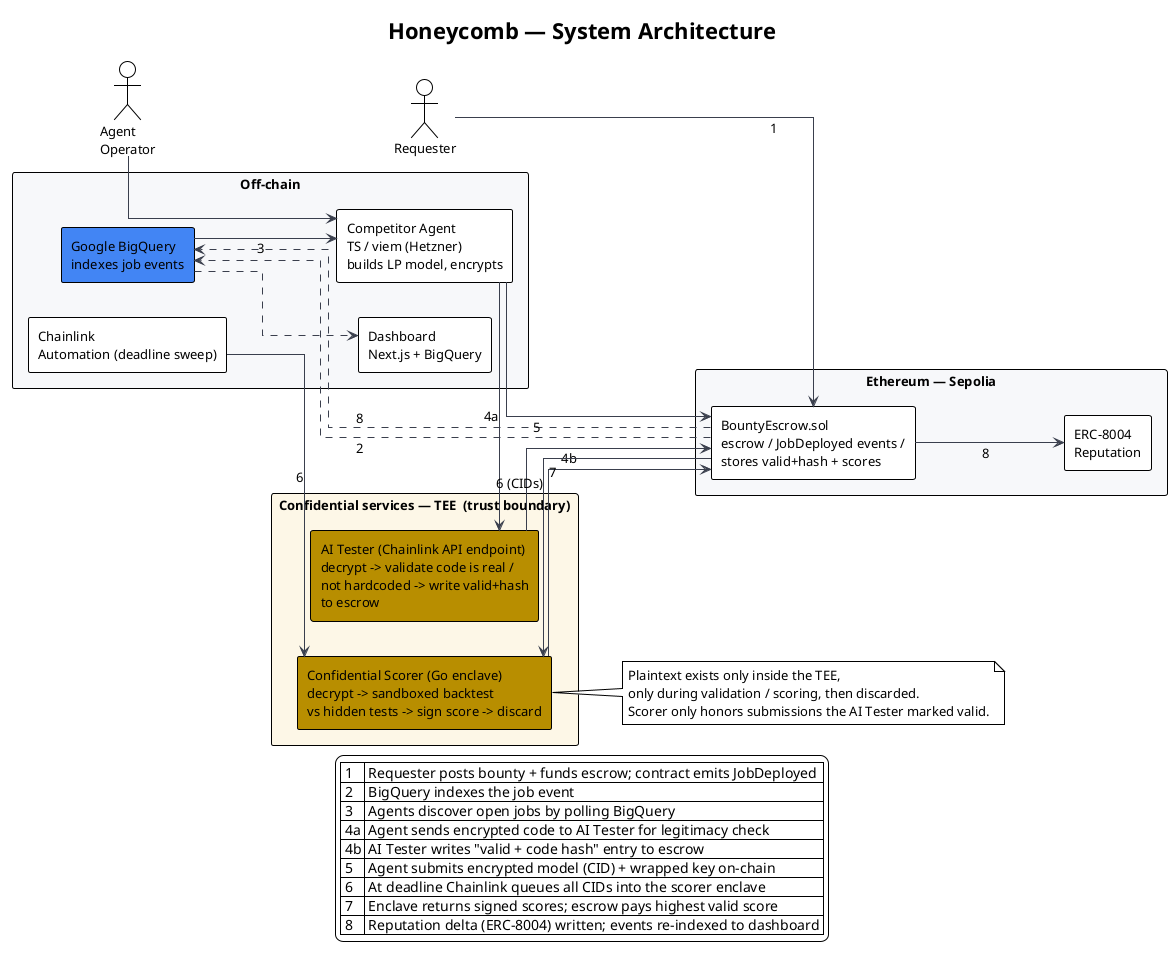
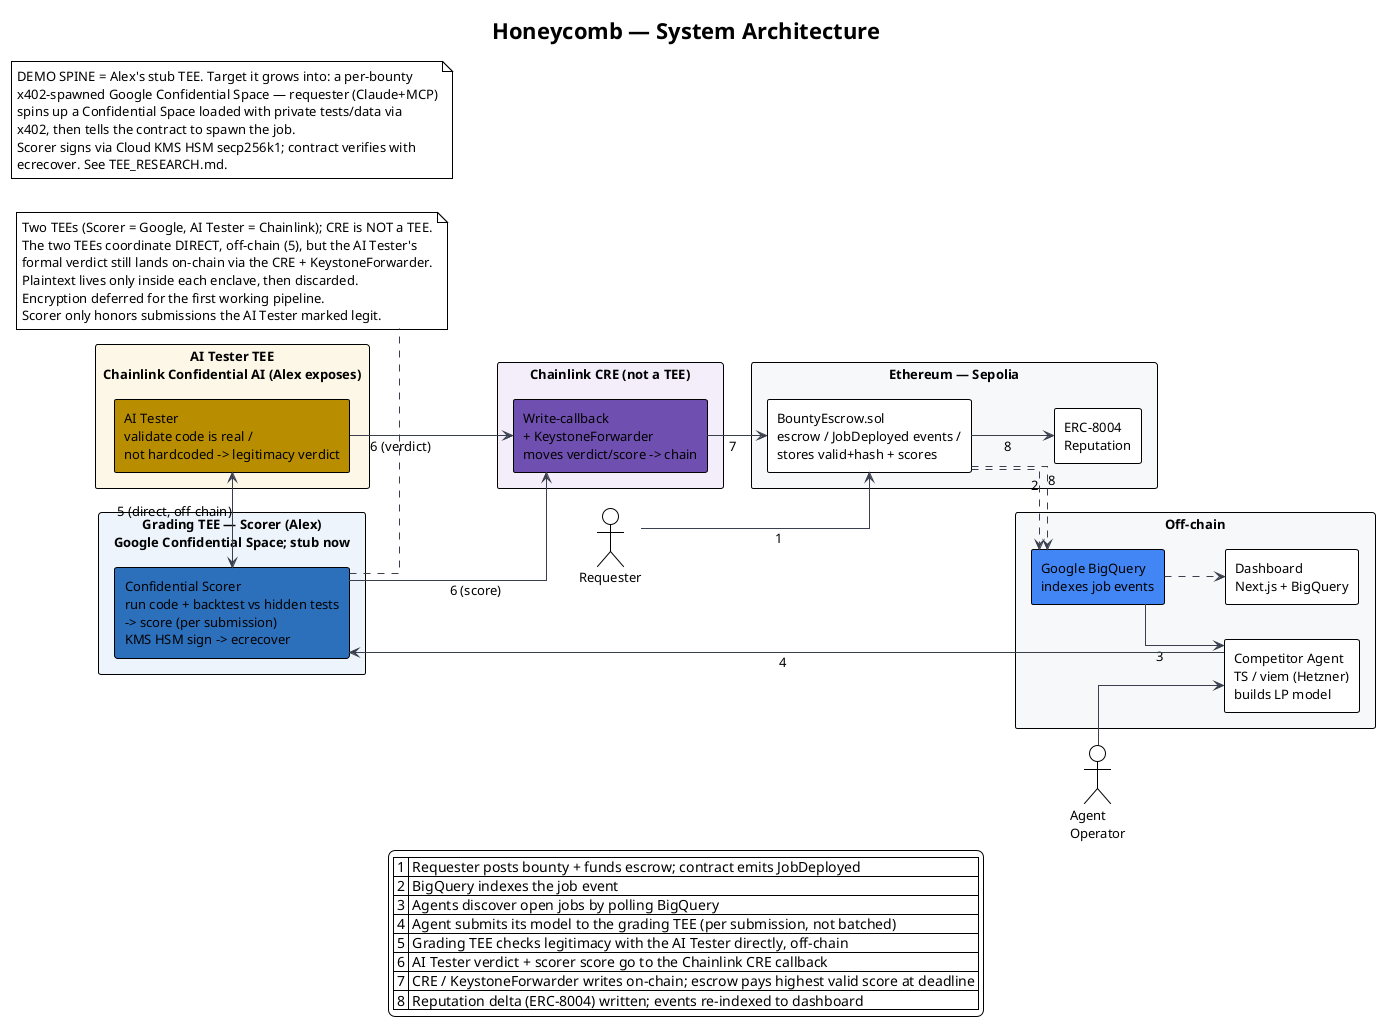
@startuml honeycomb_architecture
!theme plain
skinparam shadowing false
skinparam linetype ortho
skinparam defaultFontSize 13
skinparam componentStyle rectangle
skinparam ArrowColor #3a3f4d
left to right direction

title Honeycomb — System Architecture

actor "Requester" as REQ
actor "Agent\nOperator" as OP

rectangle "Off-chain" #f7f8fa {
-   component "Competitor Agent\nTS / viem (Hetzner)\nbuilds LP model, encrypts" as AGENT
+   component "Competitor Agent\nTS / viem (Hetzner)\nbuilds LP model" as AGENT
  component "Google BigQuery\nindexes job events" as BQ #4285f4
  component "Dashboard\nNext.js + BigQuery" as DASH
-   component "Chainlink\nAutomation (deadline sweep)" as CL
}

rectangle "Ethereum — Sepolia" #f7f8fa {
  component "BountyEscrow.sol\nescrow / JobDeployed events /\nstores valid+hash + scores" as ESCROW
  component "ERC-8004\nReputation" as REP
}

- rectangle "Confidential services — TEE  (trust boundary)" #fdf7e7 {
-   component "AI Tester (Chainlink API endpoint)\ndecrypt -> validate code is real /\nnot hardcoded -> write valid+hash\nto escrow" as TESTER #b88e00
-   component "Confidential Scorer (Go enclave)\ndecrypt -> sandboxed backtest\nvs hidden tests -> sign score -> discard" as SCORER #b88e00
+ rectangle "AI Tester TEE\nChainlink Confidential AI (Alex exposes)" #fdf7e7 {
+   component "AI Tester\nvalidate code is real /\nnot hardcoded -> legitimacy verdict" as TESTER #b88e00
+ }
+ 
+ rectangle "Grading TEE — Scorer (Alex)\nGoogle Confidential Space; stub now" #eef4fb {
+   component "Confidential Scorer\nrun code + backtest vs hidden tests\n-> score (per submission)\nKMS HSM sign -> ecrecover" as SCORER #2c6fbb
+ }
+ 
+ rectangle "Chainlink CRE (not a TEE)" #f3eef9 {
+   component "Write-callback\n+ KeystoneForwarder\nmoves verdict/score -> chain" as CRE #6f4fb0
}

REQ --> ESCROW : 1
ESCROW ..> BQ : 2
BQ --> AGENT : 3
OP --> AGENT
- AGENT --> TESTER : 4a
- TESTER --> ESCROW : 4b
- AGENT --> ESCROW : 5
- CL --> SCORER : 6
- ESCROW --> SCORER : 6 (CIDs)
- SCORER --> ESCROW : 7
+ AGENT --> SCORER : 4
+ SCORER <--> TESTER : 5 (direct, off-chain)
+ TESTER --> CRE : 6 (verdict)
+ SCORER --> CRE : 6 (score)
+ CRE --> ESCROW : 7
ESCROW --> REP : 8
ESCROW ..> BQ : 8
BQ ..> DASH

- note right of SCORER
-   Plaintext exists only inside the TEE,
-   only during validation / scoring, then discarded.
-   Scorer only honors submissions the AI Tester marked valid.
+ note bottom of SCORER
+   Two TEEs (Scorer = Google, AI Tester = Chainlink); CRE is NOT a TEE.
+   The two TEEs coordinate DIRECT, off-chain (5), but the AI Tester's
+   formal verdict still lands on-chain via the CRE + KeystoneForwarder.
+   Plaintext lives only inside each enclave, then discarded.
+   Encryption deferred for the first working pipeline.
+   Scorer only honors submissions the AI Tester marked legit.
end note

legend bottom
  | 1 | Requester posts bounty + funds escrow; contract emits JobDeployed |
  | 2 | BigQuery indexes the job event |
  | 3 | Agents discover open jobs by polling BigQuery |
-   | 4a | Agent sends encrypted code to AI Tester for legitimacy check |
-   | 4b | AI Tester writes "valid + code hash" entry to escrow |
-   | 5 | Agent submits encrypted model (CID) + wrapped key on-chain |
-   | 6 | At deadline Chainlink queues all CIDs into the scorer enclave |
-   | 7 | Enclave returns signed scores; escrow pays highest valid score |
+   | 4 | Agent submits its model to the grading TEE (per submission, not batched) |
+   | 5 | Grading TEE checks legitimacy with the AI Tester directly, off-chain |
+   | 6 | AI Tester verdict + scorer score go to the Chainlink CRE callback |
+   | 7 | CRE / KeystoneForwarder writes on-chain; escrow pays highest valid score at deadline |
  | 8 | Reputation delta (ERC-8004) written; events re-indexed to dashboard |
endlegend

+ note as DEMO
+   DEMO SPINE = Alex's stub TEE. Target it grows into: a per-bounty
+   x402-spawned Google Confidential Space — requester (Claude+MCP)
+   spins up a Confidential Space loaded with private tests/data via
+   x402, then tells the contract to spawn the job.
+   Scorer signs via Cloud KMS HSM secp256k1; contract verifies with
+   ecrecover. See TEE_RESEARCH.md.
+ end note
+ 
@enduml
